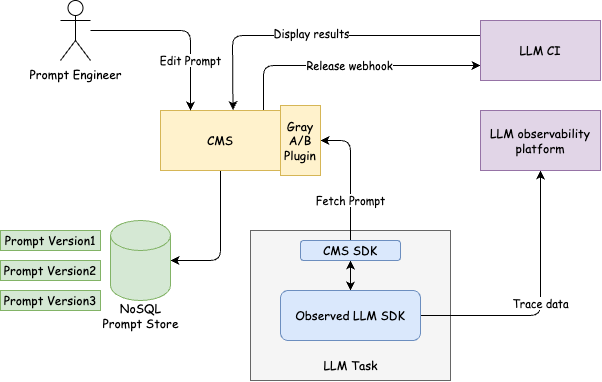
Before: source/img/2024-12-16-design-prompt-manager-cms/full-feature.png, a diagram exported from draw.io (Wh1isper/wh1isper.github.io). Source tidied: cells renumbered, new cells last; positions are measured from the earlier drawing's top-left corner, leaving out a move shared by most shapes. Its diagram source:
```xml
<mxGraphModel>
  <root>
    <mxCell id="0" />
    <mxCell id="1" parent="0" />
    <mxCell id="2" style="whiteSpace=wrap;html=1;fontFamily=Comic Sans MS;fillColor=#f5f5f5;fontColor=#333333;strokeColor=#666666;" parent="1" vertex="1">
      <mxGeometry x="250" y="230" width="200" height="150" as="geometry" />
    </mxCell>
    <mxCell id="3" style="edgeStyle=none;html=1;entryX=1;entryY=0.5;entryDx=0;entryDy=0;entryPerimeter=0;fontFamily=Comic Sans MS;" parent="1" edge="1" source="5" target="13">
      <mxGeometry relative="1" as="geometry">
        <Array as="points">
          <mxPoint x="220" y="260" />
        </Array>
      </mxGeometry>
    </mxCell>
    <mxCell id="4" value="Release webhook" style="edgeStyle=none;html=1;exitX=0.858;exitY=0;exitDx=0;exitDy=0;entryX=0;entryY=0.75;entryDx=0;entryDy=0;fontFamily=Comic Sans MS;startArrow=none;startFill=0;exitPerimeter=0;" parent="1" edge="1" source="5" target="24">
      <mxGeometry relative="1" as="geometry">
        <Array as="points">
          <mxPoint x="263" y="65" />
        </Array>
      </mxGeometry>
    </mxCell>
    <mxCell id="5" value="CMS" style="whiteSpace=wrap;html=1;fontFamily=Comic Sans MS;fillColor=#fff2cc;strokeColor=#d6b656;" parent="1" vertex="1">
      <mxGeometry x="160" y="110" width="120" height="60" as="geometry" />
    </mxCell>
    <mxCell id="6" value="Fetch Prompt" style="edgeStyle=none;html=1;exitX=0.5;exitY=0;exitDx=0;exitDy=0;entryX=1;entryY=0.5;entryDx=0;entryDy=0;fontFamily=Comic Sans MS;" parent="1" edge="1" source="8" target="21">
      <mxGeometry x="-0.38" relative="1" as="geometry">
        <Array as="points">
          <mxPoint x="350" y="140" />
        </Array>
      </mxGeometry>
    </mxCell>
    <mxCell id="7" style="edgeStyle=none;html=1;fontFamily=Comic Sans MS;startArrow=classic;startFill=1;entryX=0.5;entryY=0;entryDx=0;entryDy=0;" parent="1" edge="1" source="8" target="19">
      <mxGeometry relative="1" as="geometry" />
    </mxCell>
    <mxCell id="8" value="CMS SDK" style="rounded=1;whiteSpace=wrap;html=1;fontFamily=Comic Sans MS;fillColor=#dae8fc;strokeColor=#6c8ebf;" parent="1" vertex="1">
      <mxGeometry x="300" y="240" width="100" height="20" as="geometry" />
    </mxCell>
    <mxCell id="9" value="LLM Task" style="text;html=1;align=center;verticalAlign=middle;strokeColor=none;fillColor=none;fontFamily=Comic Sans MS;" parent="1" vertex="1">
      <mxGeometry x="310" y="350" width="80" height="30" as="geometry" />
    </mxCell>
    <mxCell id="10" style="edgeStyle=none;html=1;fontFamily=Comic Sans MS;entryX=0.25;entryY=0;entryDx=0;entryDy=0;" parent="1" edge="1" source="12" target="5">
      <mxGeometry relative="1" as="geometry">
        <Array as="points">
          <mxPoint x="190" y="30" />
        </Array>
      </mxGeometry>
    </mxCell>
    <mxCell id="11" value="Edit Prompt" style="edgeLabel;html=1;align=center;verticalAlign=middle;fontFamily=Comic Sans MS;" parent="10" vertex="1">
      <mxGeometry x="0.44" relative="1" as="geometry" />
    </mxCell>
    <mxCell id="12" value="Prompt Engineer" style="shape=umlActor;verticalLabelPosition=bottom;verticalAlign=top;html=1;outlineConnect=0;fontFamily=Comic Sans MS;" parent="1" vertex="1">
      <mxGeometry x="60" width="30" height="60" as="geometry" />
    </mxCell>
    <mxCell id="13" style="shape=cylinder3;whiteSpace=wrap;html=1;boundedLbl=1;backgroundOutline=1;size=15;fontFamily=Comic Sans MS;fillColor=#d5e8d4;strokeColor=#82b366;" parent="1" vertex="1">
      <mxGeometry x="110" y="220" width="60" height="80" as="geometry" />
    </mxCell>
    <mxCell id="14" value="NoSQL&lt;br&gt;Prompt Store" style="text;html=1;align=center;verticalAlign=middle;strokeColor=none;fillColor=none;fontFamily=Comic Sans MS;" parent="1" vertex="1">
      <mxGeometry x="90" y="295" width="100" height="40" as="geometry" />
    </mxCell>
    <mxCell id="15" value="Prompt Version1" style="rounded=0;whiteSpace=wrap;html=1;fontFamily=Comic Sans MS;fillColor=#d5e8d4;strokeColor=#82b366;" parent="1" vertex="1">
      <mxGeometry y="230" width="100" height="20" as="geometry" />
    </mxCell>
    <mxCell id="16" value="Prompt Version2" style="rounded=0;whiteSpace=wrap;html=1;fontFamily=Comic Sans MS;fillColor=#d5e8d4;strokeColor=#82b366;" parent="1" vertex="1">
      <mxGeometry y="260" width="100" height="20" as="geometry" />
    </mxCell>
    <mxCell id="17" value="Prompt Version3" style="rounded=0;whiteSpace=wrap;html=1;fontFamily=Comic Sans MS;fillColor=#d5e8d4;strokeColor=#82b366;" parent="1" vertex="1">
      <mxGeometry y="290" width="100" height="20" as="geometry" />
    </mxCell>
    <mxCell id="18" value="Trace data" style="edgeStyle=none;html=1;entryX=0.5;entryY=1;entryDx=0;entryDy=0;fontFamily=Comic Sans MS;startArrow=none;startFill=0;exitX=1;exitY=0.5;exitDx=0;exitDy=0;" parent="1" edge="1" source="19" target="20">
      <mxGeometry relative="1" as="geometry">
        <Array as="points">
          <mxPoint x="540" y="315" />
        </Array>
      </mxGeometry>
    </mxCell>
    <mxCell id="19" value="Observed LLM SDK" style="rounded=1;whiteSpace=wrap;html=1;fontFamily=Comic Sans MS;fillColor=#dae8fc;strokeColor=#6c8ebf;" parent="1" vertex="1">
      <mxGeometry x="280" y="290" width="140" height="50" as="geometry" />
    </mxCell>
    <mxCell id="20" value="LLM observability platform" style="whiteSpace=wrap;html=1;fontFamily=Comic Sans MS;fillColor=#e1d5e7;strokeColor=#9673a6;" parent="1" vertex="1">
      <mxGeometry x="480" y="110" width="120" height="60" as="geometry" />
    </mxCell>
    <mxCell id="21" value="Gray&lt;br&gt;A/B&lt;br&gt;Plugin" style="whiteSpace=wrap;html=1;fontFamily=Comic Sans MS;fillColor=#fff2cc;strokeColor=#d6b656;" parent="1" vertex="1">
      <mxGeometry x="280" y="105" width="40" height="70" as="geometry" />
    </mxCell>
    <mxCell id="22" style="edgeStyle=none;html=1;exitX=0;exitY=0.25;exitDx=0;exitDy=0;entryX=0.604;entryY=-0.007;entryDx=0;entryDy=0;entryPerimeter=0;fontFamily=Comic Sans MS;startArrow=none;startFill=0;" parent="1" edge="1" source="24" target="5">
      <mxGeometry relative="1" as="geometry">
        <Array as="points">
          <mxPoint x="232" y="35" />
        </Array>
      </mxGeometry>
    </mxCell>
    <mxCell id="23" value="Display results" style="edgeLabel;html=1;align=center;verticalAlign=middle;fontFamily=Comic Sans MS;" parent="22" vertex="1">
      <mxGeometry x="0.05" y="-2" relative="1" as="geometry" />
    </mxCell>
    <mxCell id="24" value="LLM CI" style="whiteSpace=wrap;html=1;fontFamily=Comic Sans MS;fillColor=#e1d5e7;strokeColor=#9673a6;" parent="1" vertex="1">
      <mxGeometry x="480" y="20" width="120" height="60" as="geometry" />
    </mxCell>
  </root>
</mxGraphModel>
```
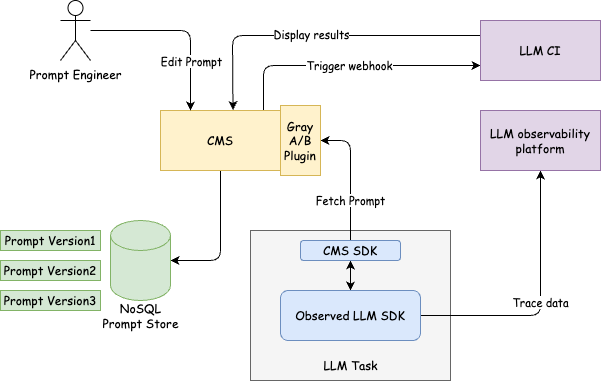
After the commit.

Diff of the diagram source:
```diff
@@ -12,7 +12,7 @@
         </Array>
       </mxGeometry>
     </mxCell>
-    <mxCell id="4" value="Release webhook" style="edgeStyle=none;html=1;exitX=0.858;exitY=0;exitDx=0;exitDy=0;entryX=0;entryY=0.75;entryDx=0;entryDy=0;fontFamily=Comic Sans MS;startArrow=none;startFill=0;exitPerimeter=0;" parent="1" edge="1" source="5" target="24">
+    <mxCell id="4" value="Trigger webhook" style="edgeStyle=none;html=1;exitX=0.858;exitY=0;exitDx=0;exitDy=0;entryX=0;entryY=0.75;entryDx=0;entryDy=0;fontFamily=Comic Sans MS;startArrow=none;startFill=0;exitPerimeter=0;" parent="1" edge="1" source="5" target="24">
       <mxGeometry relative="1" as="geometry">
         <Array as="points">
           <mxPoint x="263" y="65" />
```
